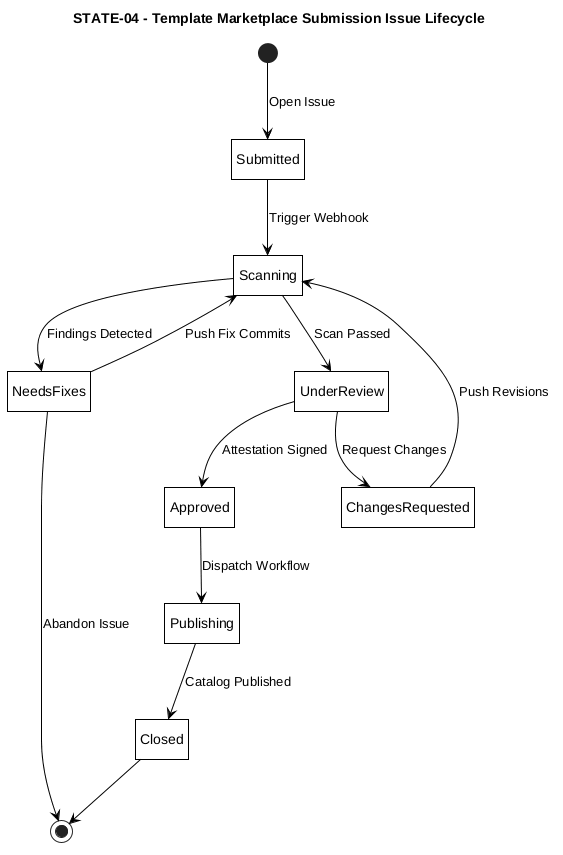
The PlantUML diagram Figures/state-machine/STATE-04-submission-issue.png in Litho-MD/uet-fyp-docs, before a commit.
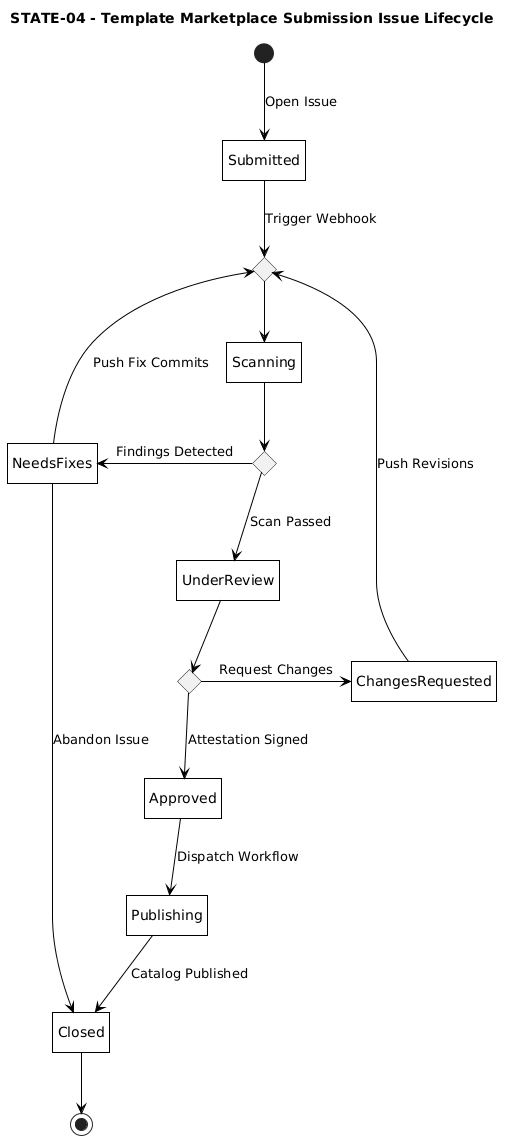
The same diagram one commit later.

What changed in the source:
```diff
@@ -1,4 +1,4 @@
-@startuml STATE-04-submission-issue
+@startuml
 title STATE-04 - Template Marketplace Submission Issue Lifecycle
 
 hide empty description
@@ -17,23 +17,31 @@
     FontColor black
 }
 
-[*] --> Submitted : Open Issue
+state c_scan_in <<choice>>
 
-Submitted --> Scanning : Trigger Webhook
+[*] -down-> Submitted : Open Issue
 
-Scanning --> NeedsFixes : Findings Detected
-NeedsFixes --> Scanning : Push Fix Commits
-NeedsFixes --> [*] : Abandon Issue
+Submitted -down-> c_scan_in : Trigger Webhook
+c_scan_in -down-> Scanning
 
-Scanning --> UnderReview : Scan Passed
+state c_scan <<choice>>
+Scanning -down-> c_scan
 
-UnderReview --> ChangesRequested : Request Changes
-ChangesRequested --> Scanning : Push Revisions
+c_scan -left-> NeedsFixes : Findings Detected
+c_scan -down-> UnderReview : Scan Passed
 
-UnderReview --> Approved : Attestation Signed
-Approved --> Publishing : Dispatch Workflow
-Publishing --> Closed : Catalog Published
+NeedsFixes -up-> c_scan_in : Push Fix Commits
+NeedsFixes -down-> Closed : Abandon Issue
 
-Closed --> [*]
+state c_rev <<choice>>
+UnderReview -down-> c_rev
 
+c_rev -right-> ChangesRequested : Request Changes
+ChangesRequested -up-> c_scan_in : Push Revisions
+
+c_rev -down-> Approved : Attestation Signed
+Approved -down-> Publishing : Dispatch Workflow
+Publishing -down-> Closed : Catalog Published
+
+Closed -down-> [*]
 @enduml
```
